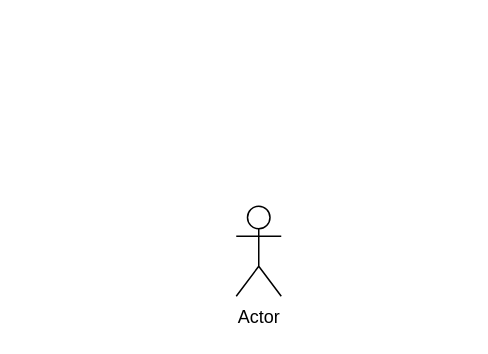
SENG-350-2024-fall/Team-6 keeps this draw.io diagram as Untitled Diagram.drawio. Above is the earlier version. Source tidied: cells renumbered, new cells numbered last; positions are measured from the earlier drawing's top-left corner, leaving out a move shared by most shapes. Both pictures are drawn from the tidied source at 150%, with x=0, y=0 at pixel (236, 206).
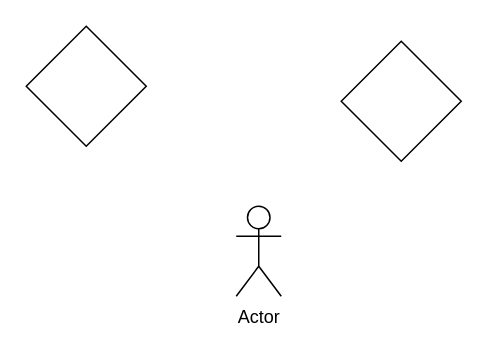
The same page after the edit.

What changed in the source:
```diff
@@
 <mxGraphModel>
   <root>
     <mxCell id="0" />
     <mxCell id="1" parent="0" />
     <mxCell id="2" value="Actor" style="shape=umlActor;verticalLabelPosition=bottom;verticalAlign=top;html=1;" parent="1" vertex="1">
       <mxGeometry width="30" height="60" as="geometry" />
     </mxCell>
+    <mxCell id="3" style="rhombus;whiteSpace=wrap;html=1;" parent="1" vertex="1">
+      <mxGeometry x="-140" y="-120" width="80" height="80" as="geometry" />
+    </mxCell>
+    <mxCell id="4" style="rhombus;whiteSpace=wrap;html=1;" parent="1" vertex="1">
+      <mxGeometry x="70" y="-110" width="80" height="80" as="geometry" />
+    </mxCell>
   </root>
 </mxGraphModel>
```
